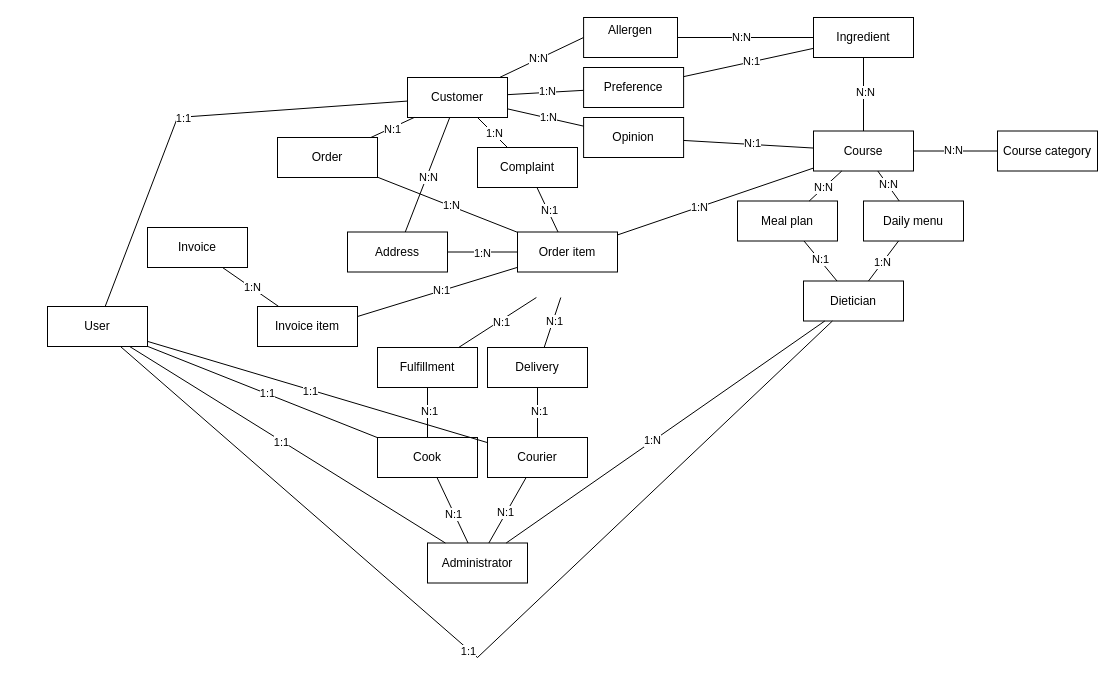
This is etap8/ERD/after/ERD.drawio.xml from tomasz-trela/database-design, a draw.io file, before an edit. Source tidied: cells renumbered, new cells numbered last; positions are measured from the earlier drawing's top-left corner, leaving out a move shared by most shapes. Both pictures are drawn from the tidied source at 100%, with x=0, y=0 at pixel (47, 17).
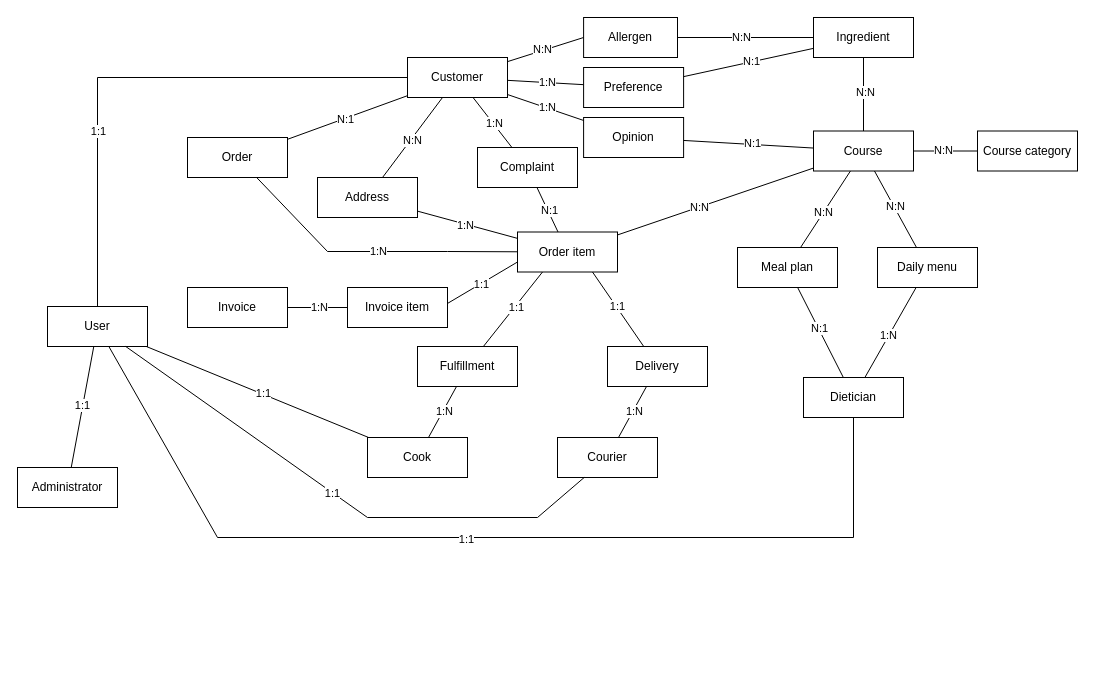
After the change.

Commit message (it also covers changes not shown here):
fix: remove aminidstrator create users relations from erd

The change refers to these unchanged cells:
```xml
<mxCell id="24" style="endArrow=none;html=1;rounded=0;" parent="1" edge="1" source="52" target="8">
  <mxGeometry relative="1" as="geometry" />
</mxCell>
<mxCell id="30" style="endArrow=none;html=1;rounded=0;" parent="1" edge="1" source="26" target="27">
  <mxGeometry relative="1" as="geometry" />
</mxCell>
<mxCell id="36" style="endArrow=none;html=1;rounded=0;" parent="1" edge="1" source="32" target="33">
  <mxGeometry relative="1" as="geometry" />
</mxCell>
<mxCell id="52" value="Order item" style="rounded=0;whiteSpace=wrap;html=1;" parent="1" vertex="1">
  <mxGeometry x="470" y="214.5" width="100" height="40" as="geometry" />
</mxCell>
<mxCell id="77" value="User" style="rounded=0;whiteSpace=wrap;html=1;" parent="1" vertex="1">
  <mxGeometry y="289" width="100" height="40" as="geometry" />
</mxCell>
```

Diff of the diagram source:
```diff
@@
-    <mxCell id="4" value="Allergen&lt;div&gt;&lt;br&gt;&lt;/div&gt;" style="rounded=0;whiteSpace=wrap;html=1;" parent="1" vertex="1">
+    <mxCell id="4" value="Allergen" style="rounded=0;whiteSpace=wrap;html=1;" parent="1" vertex="1">
       <mxGeometry x="536.1" width="93.9" height="40" as="geometry" />
     </mxCell>
@@
     <mxCell id="9" value="Course category" style="rounded=0;whiteSpace=wrap;html=1;" parent="1" vertex="1">
-      <mxGeometry x="950" y="113.5" width="100" height="40" as="geometry" />
+      <mxGeometry x="930" y="113.5" width="100" height="40" as="geometry" />
     </mxCell>
@@
     <mxCell id="14" value="Meal plan" style="rounded=0;whiteSpace=wrap;html=1;" parent="1" vertex="1">
-      <mxGeometry x="690" y="183.5" width="100" height="40" as="geometry" />
+      <mxGeometry x="690" y="230" width="100" height="40" as="geometry" />
     </mxCell>
@@
     <mxCell id="17" value="Dietician" style="rounded=0;whiteSpace=wrap;html=1;" parent="1" vertex="1">
-      <mxGeometry x="756" y="263.5" width="100" height="40" as="geometry" />
+      <mxGeometry x="756" y="360" width="100" height="40" as="geometry" />
     </mxCell>
     <mxCell id="18" value="Daily menu" style="rounded=0;whiteSpace=wrap;html=1;" parent="1" vertex="1">
-      <mxGeometry x="816" y="183.5" width="100" height="40" as="geometry" />
+      <mxGeometry x="830" y="230" width="100" height="40" as="geometry" />
     </mxCell>
@@
     <mxCell id="23" value="Order" style="rounded=0;whiteSpace=wrap;html=1;" parent="1" vertex="1">
-      <mxGeometry x="230" y="120" width="100" height="40" as="geometry" />
+      <mxGeometry x="140" y="120" width="100" height="40" as="geometry" />
     </mxCell>
@@
-    <mxCell id="25" value="1:N" style="edgeLabel;html=1;align=center;verticalAlign=middle;" parent="24" vertex="1">
+    <mxCell id="25" value="N:N" style="edgeLabel;html=1;align=center;verticalAlign=middle;" parent="24" vertex="1">
       <mxGeometry x="-0.18" relative="1" as="geometry">
         <mxPoint x="1" as="offset" />
       </mxGeometry>
     </mxCell>
     <mxCell id="26" value="Delivery" style="rounded=0;whiteSpace=wrap;html=1;" parent="1" vertex="1">
-      <mxGeometry x="440" y="330" width="100" height="40" as="geometry" />
+      <mxGeometry x="560" y="329" width="100" height="40" as="geometry" />
     </mxCell>
     <mxCell id="27" value="Courier" style="rounded=0;whiteSpace=wrap;html=1;" parent="1" vertex="1">
-      <mxGeometry x="440" y="420" width="100" height="40" as="geometry" />
+      <mxGeometry x="510" y="420" width="100" height="40" as="geometry" />
     </mxCell>
-    <mxCell id="28" style="endArrow=none;html=1;rounded=0;" parent="1" edge="1" target="26">
-      <mxGeometry relative="1" as="geometry">
-        <mxPoint x="513.3" y="280" as="sourcePoint" />
-      </mxGeometry>
+    <mxCell id="28" style="endArrow=none;html=1;rounded=0;exitX=0.75;exitY=1;exitDx=0;exitDy=0;" parent="1" edge="1" source="52" target="26">
+      <mxGeometry relative="1" as="geometry" />
     </mxCell>
-    <mxCell id="29" value="N:1" style="edgeLabel;html=1;align=center;verticalAlign=middle;" parent="28" vertex="1">
+    <mxCell id="29" value="1:1" style="edgeLabel;html=1;align=center;verticalAlign=middle;" parent="28" vertex="1">
       <mxGeometry x="-0.08" y="1" relative="1" as="geometry" />
     </mxCell>
@@
-    <mxCell id="31" value="N:1" style="edgeLabel;html=1;align=center;verticalAlign=middle;" parent="30" vertex="1">
+    <mxCell id="31" value="1:N" style="edgeLabel;html=1;align=center;verticalAlign=middle;" parent="30" vertex="1">
       <mxGeometry x="-0.08" y="1" relative="1" as="geometry" />
     </mxCell>
     <mxCell id="32" value="Ful&lt;span style=&quot;background-color: transparent; color: light-dark(rgb(0, 0, 0), rgb(255, 255, 255));&quot;&gt;fillment&lt;/span&gt;" style="rounded=0;whiteSpace=wrap;html=1;" parent="1" vertex="1">
-      <mxGeometry x="330" y="330" width="100" height="40" as="geometry" />
+      <mxGeometry x="370" y="329" width="100" height="40" as="geometry" />
     </mxCell>
     <mxCell id="33" value="Cook" style="rounded=0;whiteSpace=wrap;html=1;" parent="1" vertex="1">
-      <mxGeometry x="330" y="420" width="100" height="40" as="geometry" />
+      <mxGeometry x="320" y="420" width="100" height="40" as="geometry" />
     </mxCell>
-    <mxCell id="34" style="endArrow=none;html=1;rounded=0;" parent="1" edge="1" target="32">
-      <mxGeometry relative="1" as="geometry">
-        <mxPoint x="488.9" y="280" as="sourcePoint" />
-      </mxGeometry>
+    <mxCell id="34" style="endArrow=none;html=1;rounded=0;exitX=0.25;exitY=1;exitDx=0;exitDy=0;" parent="1" edge="1" source="52" target="32">
+      <mxGeometry relative="1" as="geometry" />
     </mxCell>
-    <mxCell id="35" value="N:1" style="edgeLabel;html=1;align=center;verticalAlign=middle;" parent="34" vertex="1">
+    <mxCell id="35" value="1:1" style="edgeLabel;html=1;align=center;verticalAlign=middle;" parent="34" vertex="1">
       <mxGeometry x="-0.08" y="1" relative="1" as="geometry" />
     </mxCell>
@@
-    <mxCell id="37" value="N:1" style="edgeLabel;html=1;align=center;verticalAlign=middle;" parent="36" vertex="1">
+    <mxCell id="37" value="1:N" style="edgeLabel;html=1;align=center;verticalAlign=middle;" parent="36" vertex="1">
       <mxGeometry x="-0.08" y="1" relative="1" as="geometry" />
     </mxCell>
     <mxCell id="38" value="Customer" style="rounded=0;whiteSpace=wrap;html=1;" parent="1" vertex="1">
-      <mxGeometry x="360" y="60" width="100" height="40" as="geometry" />
+      <mxGeometry x="360" y="40" width="100" height="40" as="geometry" />
     </mxCell>
     <mxCell id="39" value="Address" style="rounded=0;whiteSpace=wrap;html=1;" parent="1" vertex="1">
-      <mxGeometry x="300" y="214.5" width="100" height="40" as="geometry" />
+      <mxGeometry x="270" y="160" width="100" height="40" as="geometry" />
     </mxCell>
@@
     <mxCell id="46" value="Invoice" style="rounded=0;whiteSpace=wrap;html=1;" parent="1" vertex="1">
-      <mxGeometry x="100" y="210" width="100" height="40" as="geometry" />
+      <mxGeometry x="140" y="270" width="100" height="40" as="geometry" />
     </mxCell>
-    <mxCell id="47" style="endArrow=none;html=1;rounded=0;entryX=1;entryY=0.25;entryDx=0;entryDy=0;" parent="1" edge="1" source="52" target="88">
-      <mxGeometry relative="1" as="geometry" />
-    </mxCell>
-    <mxCell id="48" value="N:1" style="edgeLabel;html=1;align=center;verticalAlign=middle;" parent="47" vertex="1">
-      <mxGeometry x="-0.04" y="-1" relative="1" as="geometry" />
-    </mxCell>
@@
     <mxCell id="66" value="Administrator" style="rounded=0;whiteSpace=wrap;html=1;" parent="1" vertex="1">
-      <mxGeometry x="380" y="525.5" width="100" height="40" as="geometry" />
+      <mxGeometry x="-30" y="450" width="100" height="40" as="geometry" />
     </mxCell>
-    <mxCell id="67" style="endArrow=none;html=1;rounded=0;" parent="1" edge="1" source="66" target="33">
-      <mxGeometry relative="1" as="geometry" />
-    </mxCell>
-    <mxCell id="68" value="N:1" style="edgeLabel;html=1;align=center;verticalAlign=middle;" parent="67" vertex="1">
-      <mxGeometry x="-0.08" y="1" relative="1" as="geometry" />
-    </mxCell>
-    <mxCell id="69" style="endArrow=none;html=1;rounded=0;" parent="1" edge="1" source="66" target="27">
-      <mxGeometry relative="1" as="geometry" />
-    </mxCell>
-    <mxCell id="70" value="N:1" style="edgeLabel;html=1;align=center;verticalAlign=middle;" parent="69" vertex="1">
-      <mxGeometry x="-0.08" y="1" relative="1" as="geometry" />
-    </mxCell>
-    <mxCell id="71" style="endArrow=none;html=1;rounded=0;" parent="1" edge="1" source="66" target="17">
-      <mxGeometry relative="1" as="geometry" />
-    </mxCell>
-    <mxCell id="72" value="1:N" style="edgeLabel;html=1;align=center;verticalAlign=middle;" parent="71" vertex="1">
-      <mxGeometry x="-0.08" y="1" relative="1" as="geometry" />
-    </mxCell>
     <mxCell id="73" style="endArrow=none;html=1;rounded=0;" parent="1" edge="1" source="52" target="23">
-      <mxGeometry relative="1" as="geometry" />
+      <mxGeometry relative="1" as="geometry">
+        <Array as="points">
+          <mxPoint x="400" y="234" />
+          <mxPoint x="280" y="234" />
+        </Array>
+      </mxGeometry>
     </mxCell>
@@
     <mxCell id="78" style="endArrow=none;html=1;rounded=0;" parent="1" edge="1" source="77" target="38">
       <mxGeometry relative="1" as="geometry">
         <Array as="points">
-          <mxPoint x="130" y="100" />
+          <mxPoint x="50" y="60" />
         </Array>
       </mxGeometry>
     </mxCell>
     <mxCell id="79" value="1:1" style="edgeLabel;html=1;align=center;verticalAlign=middle;" parent="78" vertex="1">
-      <mxGeometry x="-0.04" y="-1" relative="1" as="geometry" />
+      <mxGeometry x="-0.04" y="-1" relative="1" as="geometry">
+        <mxPoint x="-30" y="52" as="offset" />
+      </mxGeometry>
     </mxCell>
@@
     <mxCell id="84" style="endArrow=none;html=1;rounded=0;" parent="1" edge="1" source="77" target="27">
-      <mxGeometry relative="1" as="geometry" />
+      <mxGeometry relative="1" as="geometry">
+        <Array as="points">
+          <mxPoint x="320" y="500" />
+          <mxPoint x="490" y="500" />
+        </Array>
+      </mxGeometry>
     </mxCell>
@@
     <mxCell id="86" style="endArrow=none;html=1;rounded=0;" parent="1" edge="1" source="77" target="17">
       <mxGeometry relative="1" as="geometry">
         <Array as="points">
-          <mxPoint x="430" y="640" />
+          <mxPoint x="170" y="520" />
+          <mxPoint x="806" y="520" />
         </Array>
       </mxGeometry>
     </mxCell>
@@
-    <mxCell id="88" value="Invoice item" style="rounded=0;whiteSpace=wrap;html=1;" parent="1" vertex="1">
-      <mxGeometry x="210" y="289" width="100" height="40" as="geometry" />
-    </mxCell>
-    <mxCell id="89" style="endArrow=none;html=1;rounded=0;entryX=0.75;entryY=1;entryDx=0;entryDy=0;" parent="1" edge="1" source="88" target="46">
+    <mxCell id="89" style="endArrow=none;html=1;rounded=0;entryX=1;entryY=0.5;entryDx=0;entryDy=0;exitX=0;exitY=0.5;exitDx=0;exitDy=0;" parent="1" edge="1" source="88" target="46">
       <mxGeometry relative="1" as="geometry" />
     </mxCell>
@@
+    <mxCell id="88" value="Invoice item" style="rounded=0;whiteSpace=wrap;html=1;" parent="1" vertex="1">
+      <mxGeometry x="300" y="270" width="100" height="40" as="geometry" />
+    </mxCell>
+    <mxCell id="91" style="endArrow=none;html=1;rounded=0;entryX=0;entryY=0.75;entryDx=0;entryDy=0;exitX=0.999;exitY=0.4;exitDx=0;exitDy=0;exitPerimeter=0;" parent="1" edge="1" source="88" target="52">
+      <mxGeometry relative="1" as="geometry" />
+    </mxCell>
+    <mxCell id="92" value="1:1" style="edgeLabel;html=1;align=center;verticalAlign=middle;" parent="91" vertex="1">
+      <mxGeometry x="-0.04" y="-1" relative="1" as="geometry" />
+    </mxCell>
```
